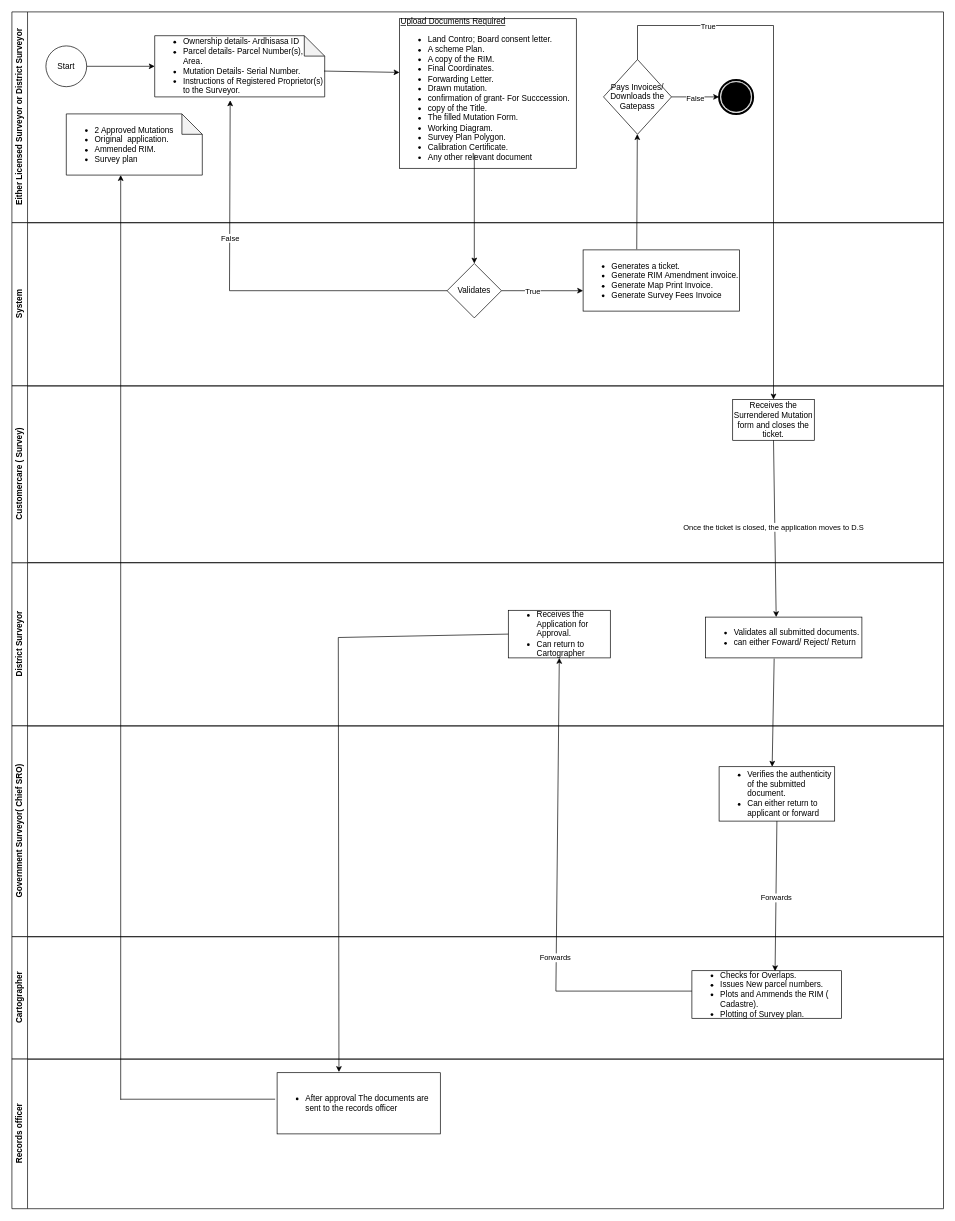
The draw.io diagram mutation-county/Mutation V2.drawio in geoprojectke/BPMN, before the edit. Source tidied: cells renumbered, new cells numbered last; positions are measured from the earlier drawing's top-left corner, leaving out a move shared by most shapes. Both pictures are drawn from the tidied source at 68%, with x=0, y=0 at pixel (12, 12).
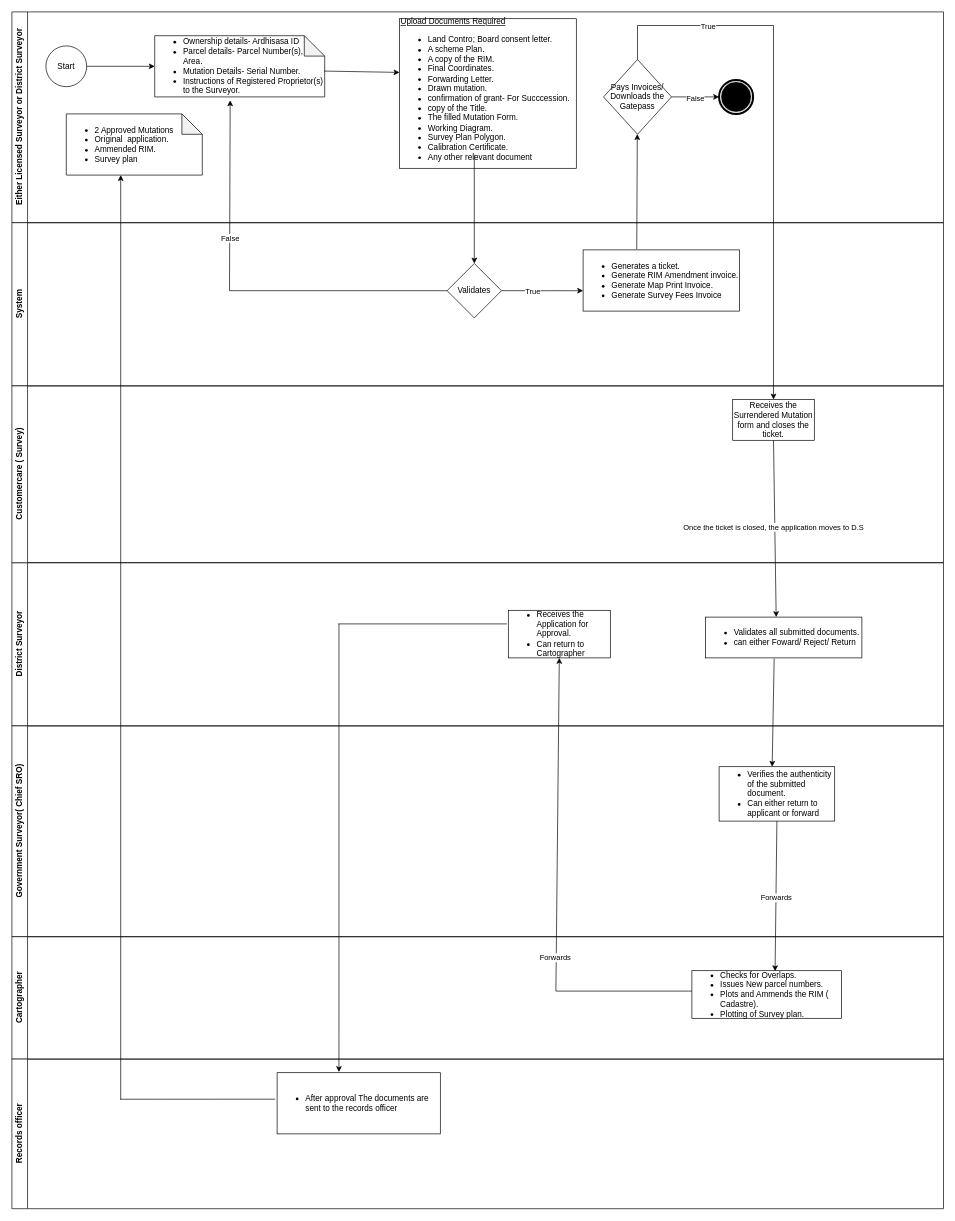
The same diagram, later.

Unchanged cells that the change refers to:
```xml
<mxCell id="30" value="&lt;ul&gt;&lt;li&gt;Receives the Application for Approval.&lt;/li&gt;&lt;li&gt;Can return to Cartographer&lt;/li&gt;&lt;/ul&gt;" style="rounded=0;whiteSpace=wrap;html=1;align=left;" parent="28" vertex="1">
  <mxGeometry x="730" y="70" width="150" height="70" as="geometry" />
</mxCell>
<mxCell id="44" value="&lt;ul&gt;&lt;li&gt;After approval The documents are sent to the records officer&lt;/li&gt;&lt;/ul&gt;" style="rounded=0;whiteSpace=wrap;html=1;align=left;" parent="43" vertex="1">
  <mxGeometry x="390" y="20" width="240" height="90" as="geometry" />
</mxCell>
```

Diff of the diagram source:
```diff
@@
-    <mxCell id="45" style="endArrow=none;html=1;rounded=0;entryX=0;entryY=0.5;entryDx=0;entryDy=0;" parent="1" edge="1" target="30">
+    <mxCell id="45" style="endArrow=none;html=1;rounded=0;" parent="1" edge="1">
       <mxGeometry relative="1" as="geometry">
-        <mxPoint x="480" y="920" as="sourcePoint" />
+        <mxPoint x="480" y="900" as="sourcePoint" />
+        <mxPoint x="728" y="900" as="targetPoint" />
       </mxGeometry>
     </mxCell>
     <mxCell id="46" style="endArrow=classic;html=1;rounded=0;entryX=0.379;entryY=-0.011;entryDx=0;entryDy=0;entryPerimeter=0;" parent="1" edge="1" target="44">
       <mxGeometry relative="1" as="geometry">
-        <mxPoint x="480" y="920" as="sourcePoint" />
+        <mxPoint x="481" y="900" as="sourcePoint" />
       </mxGeometry>
     </mxCell>
```
